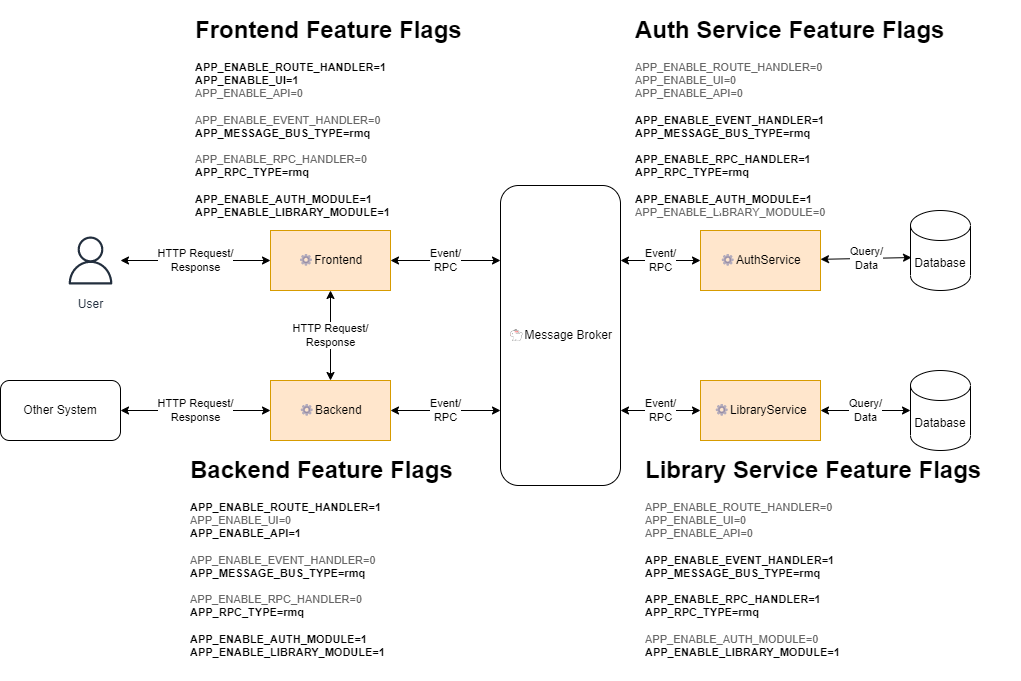
Above: myProject/myApp/_docs/motivation-and-architecture/images/fastApp-microservices.png in state-alchemists/amalgam (draw.io), before the change. Source tidied: cells renumbered, new cells last; positions are measured from the earlier drawing's top-left corner, leaving out a move shared by most shapes.
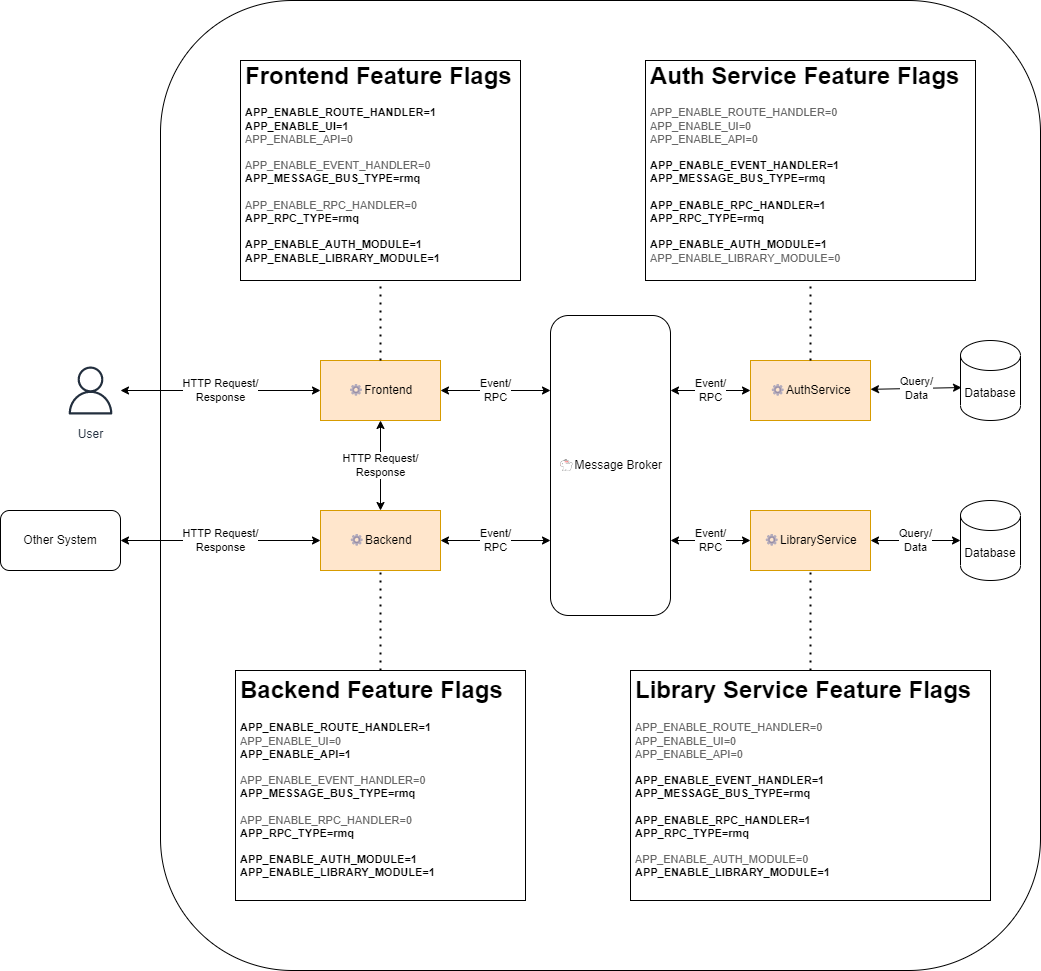
After the change.

The edit, as a diff of the source:
```diff
@@ -2,6 +2,9 @@
   <root>
     <mxCell id="0" />
     <mxCell id="1" parent="0" />
+    <mxCell id="24" style="rounded=1;whiteSpace=wrap;html=1;strokeColor=default;" parent="1" vertex="1">
+      <mxGeometry x="110" y="-140" width="880" height="970" as="geometry" />
+    </mxCell>
     <mxCell id="2" value="Database" style="shape=cylinder3;whiteSpace=wrap;html=1;boundedLbl=1;backgroundOutline=1;size=15;" parent="1" vertex="1">
       <mxGeometry x="910" y="200" width="60" height="80" as="geometry" />
     </mxCell>
@@ -12,18 +15,16 @@
       <mxGeometry relative="1" as="geometry" />
     </mxCell>
     <mxCell id="5" value="User" style="sketch=0;outlineConnect=0;fontColor=#232F3E;gradientColor=none;strokeColor=#232F3E;fillColor=#ffffff;dashed=0;verticalLabelPosition=bottom;verticalAlign=top;align=center;html=1;fontSize=12;fontStyle=0;shape=mxgraph.aws4.resourceIcon;resIcon=mxgraph.aws4.user;" parent="1" vertex="1">
-      <mxGeometry x="60" y="220" width="60" height="60" as="geometry" />
+      <mxGeometry x="10" y="220" width="60" height="60" as="geometry" />
     </mxCell>
     <mxCell id="6" value="⚙️Backend" style="rounded=0;whiteSpace=wrap;html=1;fillColor=#ffe6cc;strokeColor=#d79b00;" parent="1" vertex="1">
       <mxGeometry x="270" y="370" width="120" height="60" as="geometry" />
     </mxCell>
     <mxCell id="7" value="Other System" style="rounded=1;whiteSpace=wrap;html=1;" parent="1" vertex="1">
-      <mxGeometry y="370" width="120" height="60" as="geometry" />
+      <mxGeometry x="-50" y="370" width="120" height="60" as="geometry" />
     </mxCell>
-    <mxCell id="8" value="HTTP Request/&lt;br&gt;Response" style="endArrow=classic;startArrow=classic;html=1;rounded=0;entryX=0;entryY=0.5;entryDx=0;entryDy=0;" parent="1" edge="1" target="6">
-      <mxGeometry relative="1" as="geometry">
-        <mxPoint x="120" y="400" as="sourcePoint" />
-      </mxGeometry>
+    <mxCell id="8" value="HTTP Request/&lt;br&gt;Response" style="endArrow=classic;startArrow=classic;html=1;rounded=0;entryX=0;entryY=0.5;entryDx=0;entryDy=0;exitX=1;exitY=0.5;exitDx=0;exitDy=0;" parent="1" edge="1" source="7" target="6">
+      <mxGeometry relative="1" as="geometry" />
     </mxCell>
     <mxCell id="9" value="HTTP Request/&lt;br&gt;Response" style="endArrow=classic;startArrow=classic;html=1;rounded=0;entryX=0.5;entryY=1;entryDx=0;entryDy=0;exitX=0.5;exitY=0;exitDx=0;exitDy=0;" parent="1" edge="1" source="6" target="3">
       <mxGeometry relative="1" as="geometry" />
@@ -58,17 +59,29 @@
     <mxCell id="19" value="Query/&lt;br&gt;Data" style="endArrow=classic;startArrow=classic;html=1;rounded=0;entryX=1;entryY=0.5;entryDx=0;entryDy=0;" parent="1" edge="1" source="18" target="11">
       <mxGeometry relative="1" as="geometry" />
     </mxCell>
-    <mxCell id="20" value="&lt;h1&gt;Frontend Feature Flags&lt;/h1&gt;&lt;p style=&quot;font-size: 11px;&quot;&gt;&lt;b&gt;APP_ENABLE_ROUTE_HANDLER=1&lt;br&gt;APP_ENABLE_UI=1&lt;/b&gt;&lt;br&gt;&lt;font style=&quot;font-size: 11px;&quot; color=&quot;#666666&quot;&gt;APP_ENABLE_API=0&lt;/font&gt;&lt;br&gt;&lt;br&gt;&lt;font style=&quot;font-size: 11px;&quot; color=&quot;#666666&quot;&gt;APP_ENABLE_EVENT_HANDLER=0&lt;/font&gt;&lt;br&gt;&lt;b&gt;APP_MESSAGE_BUS_TYPE=rmq&lt;/b&gt;&lt;br&gt;&lt;br&gt;&lt;font style=&quot;font-size: 11px;&quot; color=&quot;#666666&quot;&gt;APP_ENABLE_RPC_HANDLER=0&lt;/font&gt;&lt;br&gt;&lt;b&gt;APP_RPC_TYPE=rmq&lt;/b&gt;&lt;br&gt;&lt;br&gt;&lt;b&gt;APP_ENABLE_AUTH_MODULE=1&lt;br&gt;APP_ENABLE_LIBRARY_MODULE=1&lt;/b&gt;&lt;/p&gt;" style="text;html=1;strokeColor=none;fillColor=none;spacing=5;spacingTop=-20;whiteSpace=wrap;overflow=hidden;rounded=0;" parent="1" vertex="1">
-      <mxGeometry x="190" width="280" height="220" as="geometry" />
+    <mxCell id="20" value="&lt;h1&gt;Frontend Feature Flags&lt;/h1&gt;&lt;p style=&quot;font-size: 11px;&quot;&gt;&lt;b&gt;APP_ENABLE_ROUTE_HANDLER=1&lt;br&gt;APP_ENABLE_UI=1&lt;/b&gt;&lt;br&gt;&lt;font style=&quot;font-size: 11px;&quot; color=&quot;#666666&quot;&gt;APP_ENABLE_API=0&lt;/font&gt;&lt;br&gt;&lt;br&gt;&lt;font style=&quot;font-size: 11px;&quot; color=&quot;#666666&quot;&gt;APP_ENABLE_EVENT_HANDLER=0&lt;/font&gt;&lt;br&gt;&lt;b&gt;APP_MESSAGE_BUS_TYPE=rmq&lt;/b&gt;&lt;br&gt;&lt;br&gt;&lt;font style=&quot;font-size: 11px;&quot; color=&quot;#666666&quot;&gt;APP_ENABLE_RPC_HANDLER=0&lt;/font&gt;&lt;br&gt;&lt;b&gt;APP_RPC_TYPE=rmq&lt;/b&gt;&lt;br&gt;&lt;br&gt;&lt;b&gt;APP_ENABLE_AUTH_MODULE=1&lt;br&gt;APP_ENABLE_LIBRARY_MODULE=1&lt;/b&gt;&lt;/p&gt;" style="text;html=1;strokeColor=default;fillColor=none;spacing=5;spacingTop=-20;whiteSpace=wrap;overflow=hidden;rounded=0;verticalAlign=middle;" parent="1" vertex="1">
+      <mxGeometry x="190" y="-80" width="280" height="220" as="geometry" />
     </mxCell>
-    <mxCell id="21" value="&lt;h1&gt;Backend Feature Flags&lt;/h1&gt;&lt;p style=&quot;font-size: 11px;&quot;&gt;&lt;b&gt;APP_ENABLE_ROUTE_HANDLER=1&lt;/b&gt;&lt;br&gt;&lt;font style=&quot;font-size: 11px;&quot; color=&quot;#666666&quot;&gt;APP_ENABLE_UI=0&lt;/font&gt;&lt;br&gt;&lt;b&gt;APP_ENABLE_API=1&lt;/b&gt;&lt;br&gt;&lt;br&gt;&lt;font style=&quot;font-size: 11px;&quot; color=&quot;#666666&quot;&gt;APP_ENABLE_EVENT_HANDLER=0&lt;/font&gt;&lt;br&gt;&lt;b&gt;APP_MESSAGE_BUS_TYPE=rmq&lt;/b&gt;&lt;br&gt;&lt;br&gt;&lt;font style=&quot;font-size: 11px;&quot; color=&quot;#666666&quot;&gt;APP_ENABLE_RPC_HANDLER=0&lt;/font&gt;&lt;br&gt;&lt;b&gt;APP_RPC_TYPE=rmq&lt;/b&gt;&lt;br&gt;&lt;br&gt;&lt;b&gt;APP_ENABLE_AUTH_MODULE=1&lt;br&gt;APP_ENABLE_LIBRARY_MODULE=1&lt;/b&gt;&lt;/p&gt;" style="text;html=1;strokeColor=none;fillColor=none;spacing=5;spacingTop=-20;whiteSpace=wrap;overflow=hidden;rounded=0;" parent="1" vertex="1">
-      <mxGeometry x="185" y="440" width="290" height="230" as="geometry" />
+    <mxCell id="21" value="&lt;h1&gt;Backend Feature Flags&lt;/h1&gt;&lt;p style=&quot;font-size: 11px;&quot;&gt;&lt;b&gt;APP_ENABLE_ROUTE_HANDLER=1&lt;/b&gt;&lt;br&gt;&lt;font style=&quot;font-size: 11px;&quot; color=&quot;#666666&quot;&gt;APP_ENABLE_UI=0&lt;/font&gt;&lt;br&gt;&lt;b&gt;APP_ENABLE_API=1&lt;/b&gt;&lt;br&gt;&lt;br&gt;&lt;font style=&quot;font-size: 11px;&quot; color=&quot;#666666&quot;&gt;APP_ENABLE_EVENT_HANDLER=0&lt;/font&gt;&lt;br&gt;&lt;b&gt;APP_MESSAGE_BUS_TYPE=rmq&lt;/b&gt;&lt;br&gt;&lt;br&gt;&lt;font style=&quot;font-size: 11px;&quot; color=&quot;#666666&quot;&gt;APP_ENABLE_RPC_HANDLER=0&lt;/font&gt;&lt;br&gt;&lt;b&gt;APP_RPC_TYPE=rmq&lt;/b&gt;&lt;br&gt;&lt;br&gt;&lt;b&gt;APP_ENABLE_AUTH_MODULE=1&lt;br&gt;APP_ENABLE_LIBRARY_MODULE=1&lt;/b&gt;&lt;/p&gt;" style="text;html=1;strokeColor=default;fillColor=none;spacing=5;spacingTop=-20;whiteSpace=wrap;overflow=hidden;rounded=0;verticalAlign=middle;" parent="1" vertex="1">
+      <mxGeometry x="185" y="530" width="290" height="230" as="geometry" />
     </mxCell>
-    <mxCell id="22" value="&lt;h1&gt;Auth Service Feature Flags&lt;/h1&gt;&lt;p style=&quot;font-size: 11px;&quot;&gt;&lt;font style=&quot;font-size: 11px;&quot; color=&quot;#666666&quot;&gt;APP_ENABLE_ROUTE_HANDLER=0&lt;br&gt;APP_ENABLE_UI=0&lt;br&gt;APP_ENABLE_API=0&lt;/font&gt;&lt;br&gt;&lt;br&gt;&lt;b&gt;APP_ENABLE_EVENT_HANDLER=1&lt;br&gt;APP_MESSAGE_BUS_TYPE=rmq&lt;/b&gt;&lt;br&gt;&lt;br&gt;&lt;b&gt;APP_ENABLE_RPC_HANDLER=1&lt;br&gt;APP_RPC_TYPE=rmq&lt;/b&gt;&lt;br&gt;&lt;br&gt;&lt;b&gt;APP_ENABLE_AUTH_MODULE=1&lt;/b&gt;&lt;br&gt;&lt;font style=&quot;font-size: 11px;&quot; color=&quot;#666666&quot;&gt;APP_ENABLE_LIBRARY_MODULE=0&lt;/font&gt;&lt;/p&gt;" style="text;html=1;strokeColor=none;fillColor=none;spacing=5;spacingTop=-20;whiteSpace=wrap;overflow=hidden;rounded=0;" parent="1" vertex="1">
-      <mxGeometry x="630" width="380" height="220" as="geometry" />
+    <mxCell id="22" value="&lt;h1&gt;Auth Service Feature Flags&lt;/h1&gt;&lt;p style=&quot;font-size: 11px;&quot;&gt;&lt;font style=&quot;font-size: 11px;&quot; color=&quot;#666666&quot;&gt;APP_ENABLE_ROUTE_HANDLER=0&lt;br&gt;APP_ENABLE_UI=0&lt;br&gt;APP_ENABLE_API=0&lt;/font&gt;&lt;br&gt;&lt;br&gt;&lt;b&gt;APP_ENABLE_EVENT_HANDLER=1&lt;br&gt;APP_MESSAGE_BUS_TYPE=rmq&lt;/b&gt;&lt;br&gt;&lt;br&gt;&lt;b&gt;APP_ENABLE_RPC_HANDLER=1&lt;br&gt;APP_RPC_TYPE=rmq&lt;/b&gt;&lt;br&gt;&lt;br&gt;&lt;b&gt;APP_ENABLE_AUTH_MODULE=1&lt;/b&gt;&lt;br&gt;&lt;font style=&quot;font-size: 11px;&quot; color=&quot;#666666&quot;&gt;APP_ENABLE_LIBRARY_MODULE=0&lt;/font&gt;&lt;/p&gt;" style="text;html=1;strokeColor=default;fillColor=none;spacing=5;spacingTop=-20;whiteSpace=wrap;overflow=hidden;rounded=0;verticalAlign=middle;" parent="1" vertex="1">
+      <mxGeometry x="595" y="-80" width="330" height="220" as="geometry" />
     </mxCell>
-    <mxCell id="23" value="&lt;h1&gt;Library Service Feature Flags&lt;/h1&gt;&lt;p style=&quot;font-size: 11px;&quot;&gt;&lt;font style=&quot;font-size: 11px;&quot; color=&quot;#666666&quot;&gt;APP_ENABLE_ROUTE_HANDLER=0&lt;br&gt;APP_ENABLE_UI=0&lt;br&gt;APP_ENABLE_API=0&lt;/font&gt;&lt;br&gt;&lt;br&gt;&lt;b&gt;APP_ENABLE_EVENT_HANDLER=1&lt;br&gt;APP_MESSAGE_BUS_TYPE=rmq&lt;/b&gt;&lt;br&gt;&lt;br&gt;&lt;b&gt;APP_ENABLE_RPC_HANDLER=1&lt;br&gt;APP_RPC_TYPE=rmq&lt;/b&gt;&lt;br&gt;&lt;br&gt;&lt;font style=&quot;font-size: 11px;&quot; color=&quot;#666666&quot;&gt;APP_ENABLE_AUTH_MODULE=0&lt;/font&gt;&lt;br&gt;&lt;b&gt;APP_ENABLE_LIBRARY_MODULE=1&lt;/b&gt;&lt;/p&gt;" style="text;html=1;strokeColor=none;fillColor=none;spacing=5;spacingTop=-20;whiteSpace=wrap;overflow=hidden;rounded=0;" parent="1" vertex="1">
-      <mxGeometry x="640" y="440" width="380" height="230" as="geometry" />
+    <mxCell id="23" value="&lt;h1&gt;Library Service Feature Flags&lt;/h1&gt;&lt;p style=&quot;font-size: 11px;&quot;&gt;&lt;font style=&quot;font-size: 11px;&quot; color=&quot;#666666&quot;&gt;APP_ENABLE_ROUTE_HANDLER=0&lt;br&gt;APP_ENABLE_UI=0&lt;br&gt;APP_ENABLE_API=0&lt;/font&gt;&lt;br&gt;&lt;br&gt;&lt;b&gt;APP_ENABLE_EVENT_HANDLER=1&lt;br&gt;APP_MESSAGE_BUS_TYPE=rmq&lt;/b&gt;&lt;br&gt;&lt;br&gt;&lt;b&gt;APP_ENABLE_RPC_HANDLER=1&lt;br&gt;APP_RPC_TYPE=rmq&lt;/b&gt;&lt;br&gt;&lt;br&gt;&lt;font style=&quot;font-size: 11px;&quot; color=&quot;#666666&quot;&gt;APP_ENABLE_AUTH_MODULE=0&lt;/font&gt;&lt;br&gt;&lt;b&gt;APP_ENABLE_LIBRARY_MODULE=1&lt;/b&gt;&lt;/p&gt;" style="text;html=1;strokeColor=default;fillColor=none;spacing=5;spacingTop=-20;whiteSpace=wrap;overflow=hidden;rounded=0;verticalAlign=middle;" parent="1" vertex="1">
+      <mxGeometry x="580" y="530" width="360" height="230" as="geometry" />
     </mxCell>
+    <mxCell id="25" style="endArrow=none;dashed=1;html=1;dashPattern=1 3;strokeWidth=2;rounded=0;entryX=0.5;entryY=1;entryDx=0;entryDy=0;" parent="1" edge="1" source="3" target="20">
+      <mxGeometry relative="1" as="geometry" />
+    </mxCell>
+    <mxCell id="26" style="endArrow=none;dashed=1;html=1;dashPattern=1 3;strokeWidth=2;rounded=0;entryX=0.5;entryY=1;entryDx=0;entryDy=0;exitX=0.5;exitY=0;exitDx=0;exitDy=0;" parent="1" edge="1" source="21" target="6">
+      <mxGeometry relative="1" as="geometry" />
+    </mxCell>
+    <mxCell id="27" style="endArrow=none;dashed=1;html=1;dashPattern=1 3;strokeWidth=2;rounded=0;entryX=0.5;entryY=1;entryDx=0;entryDy=0;exitX=0.5;exitY=0;exitDx=0;exitDy=0;" parent="1" edge="1" source="10" target="22">
+      <mxGeometry relative="1" as="geometry" />
+    </mxCell>
+    <mxCell id="28" style="endArrow=none;dashed=1;html=1;dashPattern=1 3;strokeWidth=2;rounded=0;entryX=0.5;entryY=1;entryDx=0;entryDy=0;exitX=0.5;exitY=0;exitDx=0;exitDy=0;" parent="1" edge="1" source="23" target="11">
+      <mxGeometry relative="1" as="geometry" />
+    </mxCell>
   </root>
 </mxGraphModel>
```
